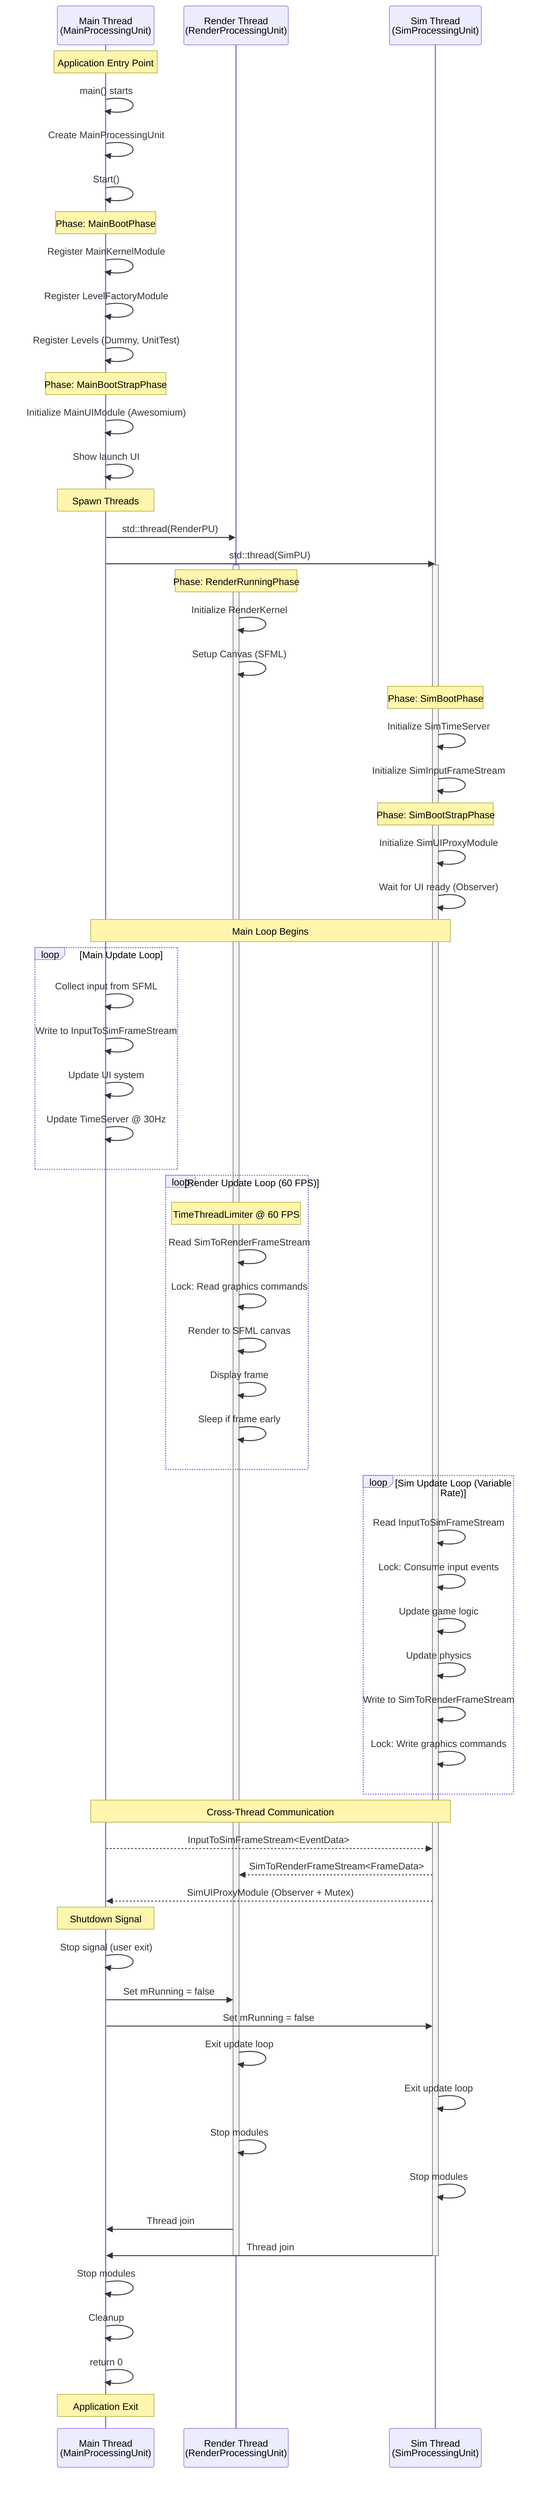
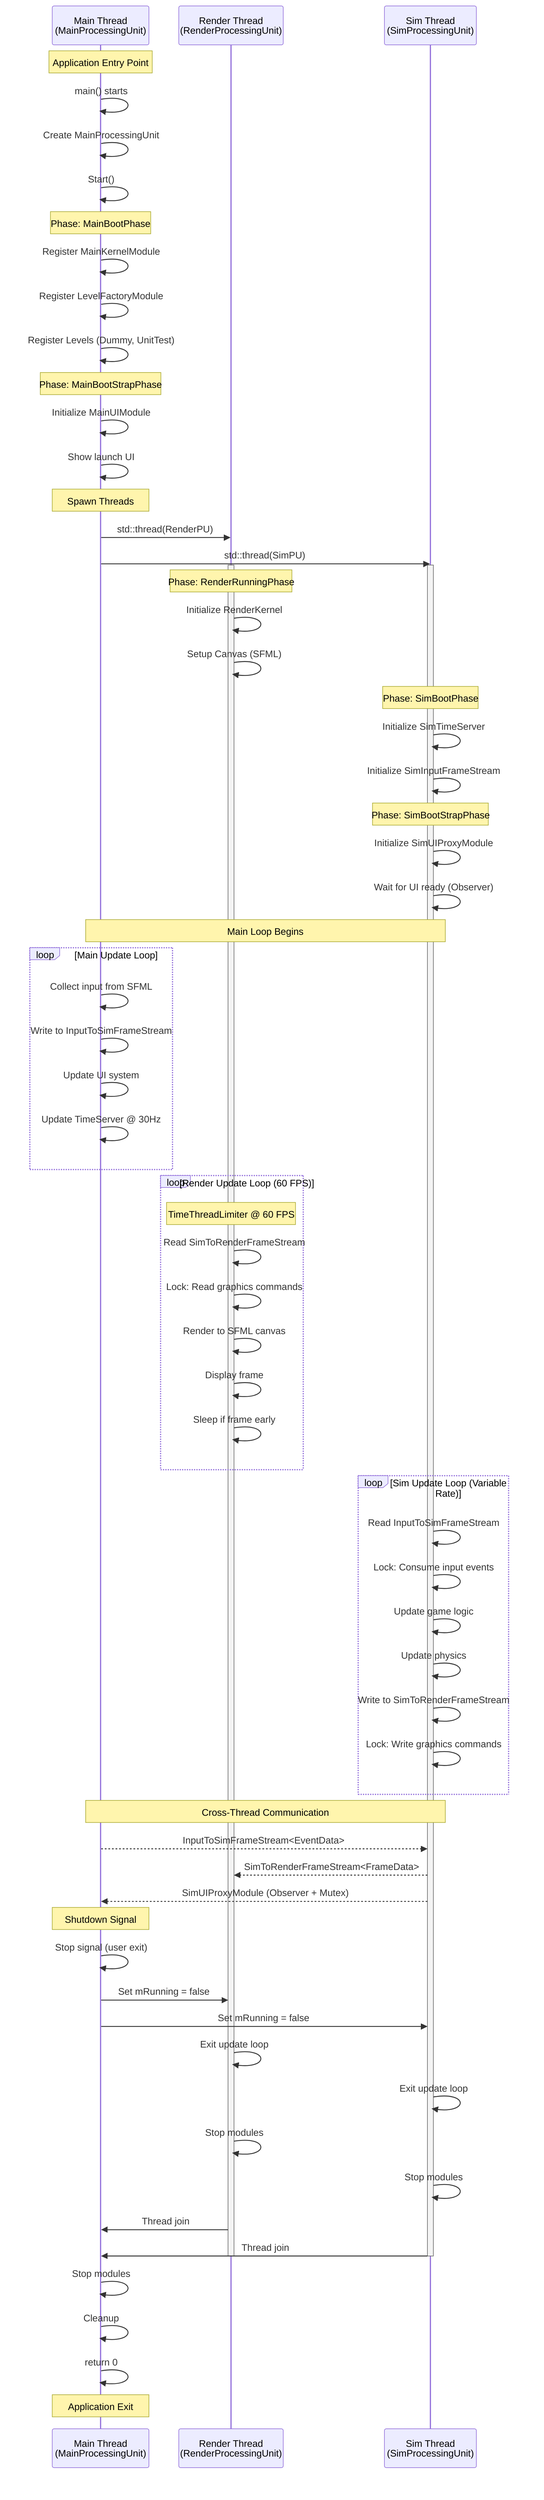
sequenceDiagram
    participant Main as Main Thread<br/>(MainProcessingUnit)
    participant Render as Render Thread<br/>(RenderProcessingUnit)
    participant Sim as Sim Thread<br/>(SimProcessingUnit)

    Note over Main: Application Entry Point
    Main->>Main: main() starts
    Main->>Main: Create MainProcessingUnit
    Main->>Main: Start()

    Note over Main: Phase: MainBootPhase
    Main->>Main: Register MainKernelModule
    Main->>Main: Register LevelFactoryModule
    Main->>Main: Register Levels (Dummy, UnitTest)

    Note over Main: Phase: MainBootStrapPhase
-     Main->>Main: Initialize MainUIModule (Awesomium)
+     Main->>Main: Initialize MainUIModule
    Main->>Main: Show launch UI

    Note over Main: Spawn Threads
    Main->>Render: std::thread(RenderPU)
    Main->>Sim: std::thread(SimPU)

    activate Render
    activate Sim

    Note over Render: Phase: RenderRunningPhase
    Render->>Render: Initialize RenderKernel
    Render->>Render: Setup Canvas (SFML)

    Note over Sim: Phase: SimBootPhase
    Sim->>Sim: Initialize SimTimeServer
    Sim->>Sim: Initialize SimInputFrameStream

    Note over Sim: Phase: SimBootStrapPhase
    Sim->>Sim: Initialize SimUIProxyModule
    Sim->>Sim: Wait for UI ready (Observer)

    Note over Main,Sim: Main Loop Begins

    loop Main Update Loop
        Main->>Main: Collect input from SFML
        Main->>Main: Write to InputToSimFrameStream
        Main->>Main: Update UI system
        Main->>Main: Update TimeServer @ 30Hz
    end

    loop Render Update Loop (60 FPS)
        Note over Render: TimeThreadLimiter @ 60 FPS
        Render->>Render: Read SimToRenderFrameStream
        Render->>Render: Lock: Read graphics commands
        Render->>Render: Render to SFML canvas
        Render->>Render: Display frame
        Render->>Render: Sleep if frame early
    end

    loop Sim Update Loop (Variable Rate)
        Sim->>Sim: Read InputToSimFrameStream
        Sim->>Sim: Lock: Consume input events
        Sim->>Sim: Update game logic
        Sim->>Sim: Update physics
        Sim->>Sim: Write to SimToRenderFrameStream
        Sim->>Sim: Lock: Write graphics commands
    end

    Note over Main,Sim: Cross-Thread Communication
    Main-->>Sim: InputToSimFrameStream<EventData>
    Sim-->>Render: SimToRenderFrameStream<FrameData>
    Sim-->>Main: SimUIProxyModule (Observer + Mutex)

    Note over Main: Shutdown Signal
    Main->>Main: Stop signal (user exit)
    Main->>Render: Set mRunning = false
    Main->>Sim: Set mRunning = false

    Render->>Render: Exit update loop
    Sim->>Sim: Exit update loop

    Render->>Render: Stop modules
    Sim->>Sim: Stop modules

    Render->>Main: Thread join
    Sim->>Main: Thread join

    deactivate Render
    deactivate Sim

    Main->>Main: Stop modules
    Main->>Main: Cleanup
    Main->>Main: return 0

    Note over Main: Application Exit